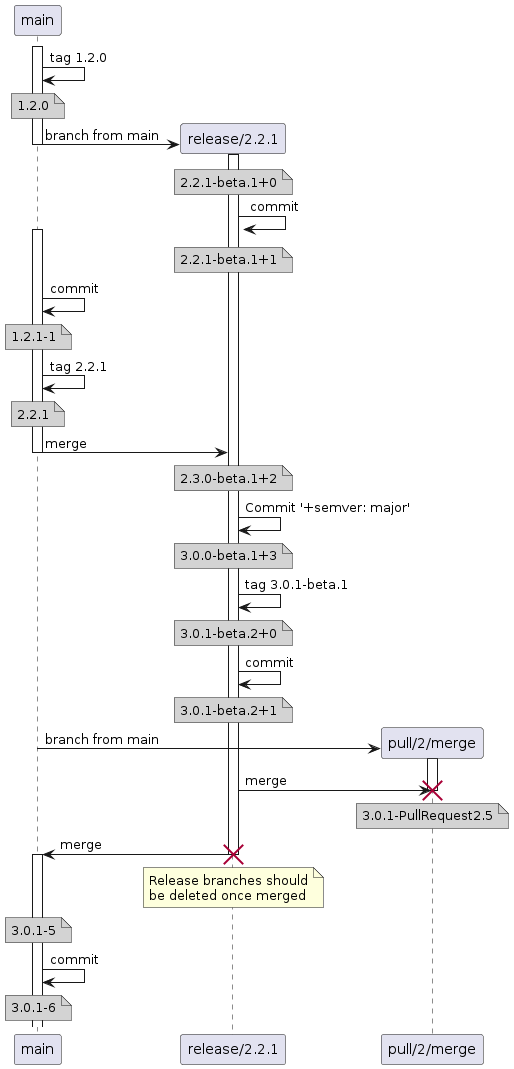
The PlantUML diagram docs/input/docs/img/DocumentationSamplesForGitFlow_VersionedReleaseBranch.png in GitTools/GitVersion, before a commit. The source it was exported from:
```plantuml
@startuml
activate main
main -> main: tag 1.2.0
note over main #D3D3D3
  1.2.0
end note
create participant "release/2.2.1" as release
main -> release: branch from main
activate release
deactivate main
note over release #D3D3D3
  2.2.1-beta.1+0
end note
release -> release: commit
note over release #D3D3D3
  2.2.1-beta.1+1
end note
activate main
main -> main: commit
note over main #D3D3D3
  1.2.1-1
end note
main -> main: tag 2.2.1
note over main #D3D3D3
  2.2.1
end note
main -> release: merge
deactivate main
note over release #D3D3D3
  2.3.0-beta.1+2
end note
release -> release: Commit '+semver: major'
note over release #D3D3D3
  3.0.0-beta.1+3
end note
release -> release: tag 3.0.1-beta.1
note over release #D3D3D3
  3.0.1-beta.2+0
end note
release -> release: commit
note over release #D3D3D3
  3.0.1-beta.2+1
end note
create participant "pull/2/merge" as pull
main -> pull: branch from main
activate pull
release -> pull: merge
note over pull #D3D3D3
  3.0.1-PullRequest2.5
end note
destroy pull
release -> main: merge
destroy release
note over release
  Release branches should
  be deleted once merged
end note
note over main #D3D3D3
  3.0.1-5
end note
activate main
main -> main: commit
note over main #D3D3D3
  3.0.1-6
end note
@enduml
```
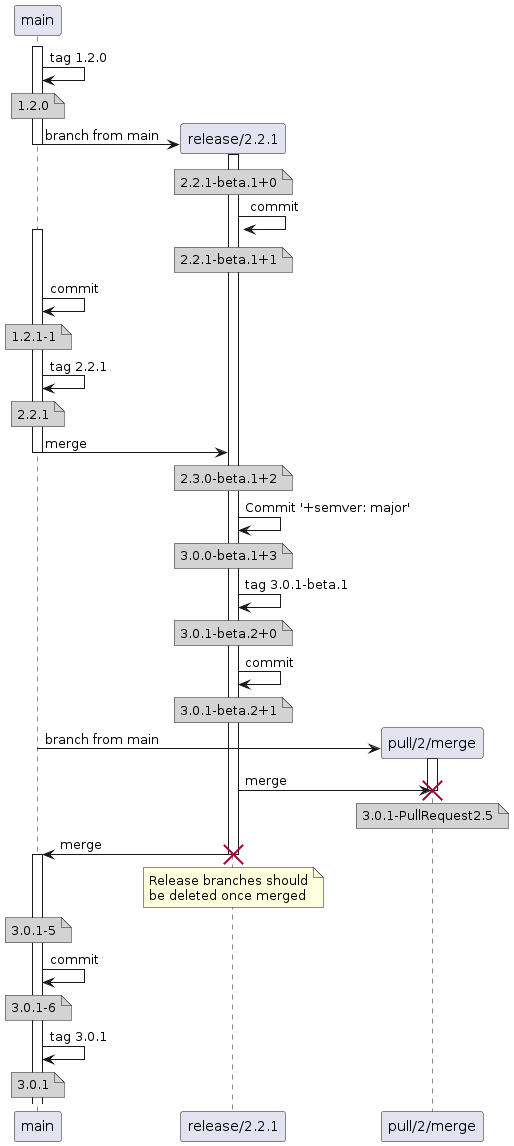
Later version of the same file.

The edit, as a diff of the source:
```diff
@@ -1,66 +1,70 @@
 @startuml
 activate main
-main -> main: tag 1.2.0
-note over main #D3D3D3
-  1.2.0
-end note
-create participant "release/2.2.1" as release
-main -> release: branch from main
-activate release
-deactivate main
-note over release #D3D3D3
-  2.2.1-beta.1+0
-end note
-release -> release: commit
-note over release #D3D3D3
-  2.2.1-beta.1+1
-end note
-activate main
-main -> main: commit
-note over main #D3D3D3
-  1.2.1-1
-end note
-main -> main: tag 2.2.1
-note over main #D3D3D3
-  2.2.1
-end note
-main -> release: merge
-deactivate main
-note over release #D3D3D3
-  2.3.0-beta.1+2
-end note
-release -> release: Commit '+semver: major'
-note over release #D3D3D3
-  3.0.0-beta.1+3
-end note
-release -> release: tag 3.0.1-beta.1
-note over release #D3D3D3
-  3.0.1-beta.2+0
-end note
-release -> release: commit
-note over release #D3D3D3
-  3.0.1-beta.2+1
-end note
-create participant "pull/2/merge" as pull
-main -> pull: branch from main
-activate pull
-release -> pull: merge
-note over pull #D3D3D3
-  3.0.1-PullRequest2.5
-end note
-destroy pull
-release -> main: merge
-destroy release
-note over release
-  Release branches should
-  be deleted once merged
-end note
-note over main #D3D3D3
-  3.0.1-5
-end note
-activate main
-main -> main: commit
-note over main #D3D3D3
-  3.0.1-6
-end note
+    main -> main: tag 1.2.0
+    note over main #D3D3D3
+      1.2.0
+    end note
+    create participant "release/2.2.1" as release
+    main -> release: branch from main
+    activate release
+    deactivate main
+    note over release #D3D3D3
+      2.2.1-beta.1+0
+    end note
+    release -> release: commit
+    note over release #D3D3D3
+      2.2.1-beta.1+1
+    end note
+    activate main
+    main -> main: commit
+    note over main #D3D3D3
+      1.2.1-1
+    end note
+    main -> main: tag 2.2.1
+    note over main #D3D3D3
+      2.2.1
+    end note
+    main -> release: merge
+    deactivate main
+    note over release #D3D3D3
+      2.3.0-beta.1+2
+    end note
+    release -> release: Commit '+semver: major'
+    note over release #D3D3D3
+      3.0.0-beta.1+3
+    end note
+    release -> release: tag 3.0.1-beta.1
+    note over release #D3D3D3
+      3.0.1-beta.2+0
+    end note
+    release -> release: commit
+    note over release #D3D3D3
+      3.0.1-beta.2+1
+    end note
+    create participant "pull/2/merge" as pull
+    main -> pull: branch from main
+    activate pull
+    release -> pull: merge
+    note over pull #D3D3D3
+      3.0.1-PullRequest2.5
+    end note
+    destroy pull
+    release -> main: merge
+    destroy release
+    note over release
+      Release branches should
+      be deleted once merged
+    end note
+    note over main #D3D3D3
+      3.0.1-5
+    end note
+    activate main
+    main -> main: commit
+    note over main #D3D3D3
+      3.0.1-6
+    end note
+    main -> main: tag 3.0.1
+    note over main #D3D3D3
+      3.0.1
+    end note
 @enduml
```
